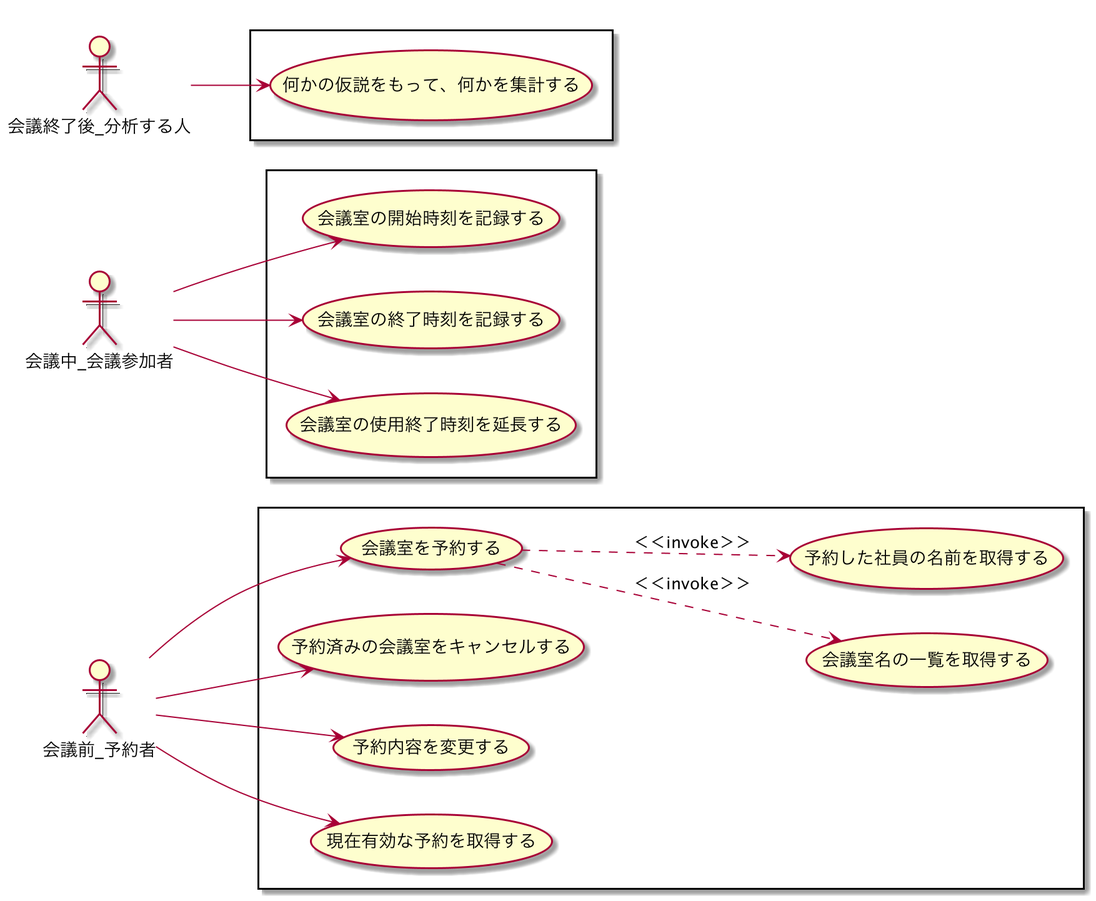
Earlier version of the PlantUML export diagram/ユースケース.png (ModelingKai/meeting-room-python). The source it was exported from:
```plantuml
@startuml
left to right direction

actor 会議前_予約者 as a1
actor 会議中_会議参加者  as a3
actor 会議終了後_分析する人 as a2

rectangle {
    a1 --> (会議室を予約する)
    (会議室を予約する) ..> (会議室名の一覧を取得する) :＜＜invoke＞＞
    (会議室を予約する) ..> (予約した社員の名前を取得する):＜＜invoke＞＞
    a1 --> (予約済みの会議室をキャンセルする)
    a1 --> (予約内容を変更する)
    a1 --> (現在有効な予約を取得する)
}

rectangle {
    a2 --> (何かの仮説をもって、何かを集計する)
}

rectangle {
    a3 --> (会議室の開始時刻を記録する)
    a3 --> (会議室の終了時刻を記録する)
    a3 --> (会議室の使用終了時刻を延長する)
}

@enduml
```
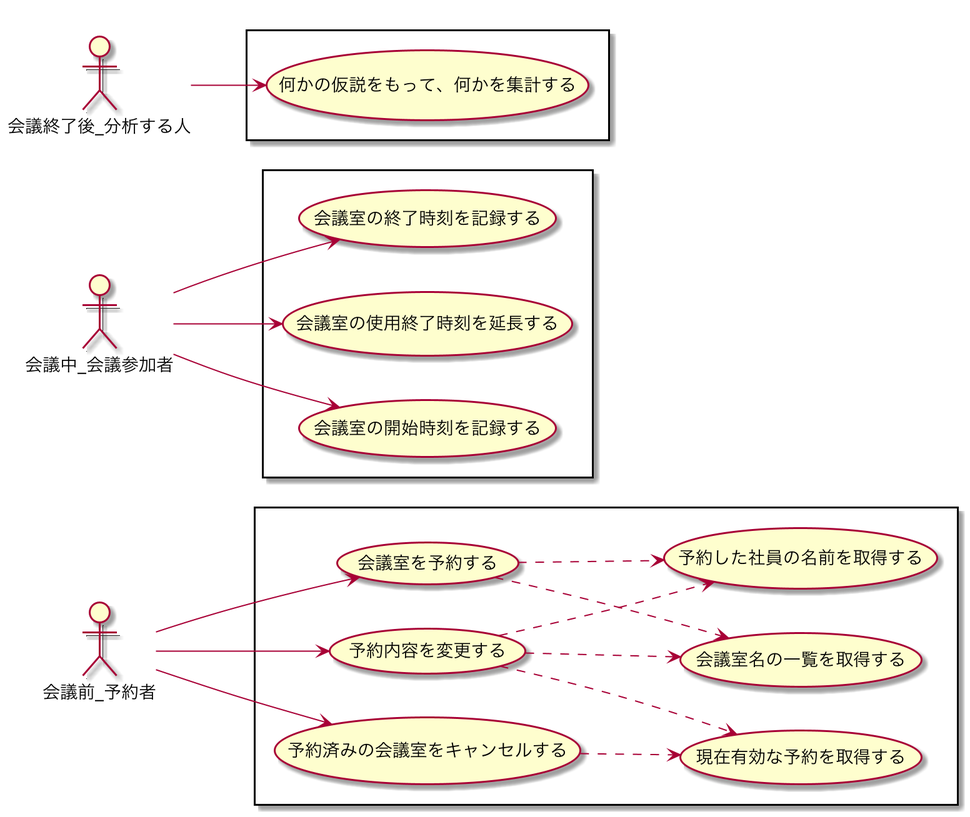
The same file after the commit.

The edit, as a diff of the source:
```diff
@@ -7,11 +7,14 @@
 
 rectangle {
     a1 --> (会議室を予約する)
-    (会議室を予約する) ..> (会議室名の一覧を取得する) :＜＜invoke＞＞
-    (会議室を予約する) ..> (予約した社員の名前を取得する):＜＜invoke＞＞
+    (会議室を予約する) ..> (会議室名の一覧を取得する)
+    (会議室を予約する) ..> (予約した社員の名前を取得する)
     a1 --> (予約済みの会議室をキャンセルする)
     a1 --> (予約内容を変更する)
-    a1 --> (現在有効な予約を取得する)
+    (予約内容を変更する) ..>  (現在有効な予約を取得する)
+    (予約内容を変更する) ..>  (会議室名の一覧を取得する)
+    (予約内容を変更する) ..>  (予約した社員の名前を取得する)
+    (予約済みの会議室をキャンセルする) ..>  (現在有効な予約を取得する)
 }
 
 rectangle {
```
